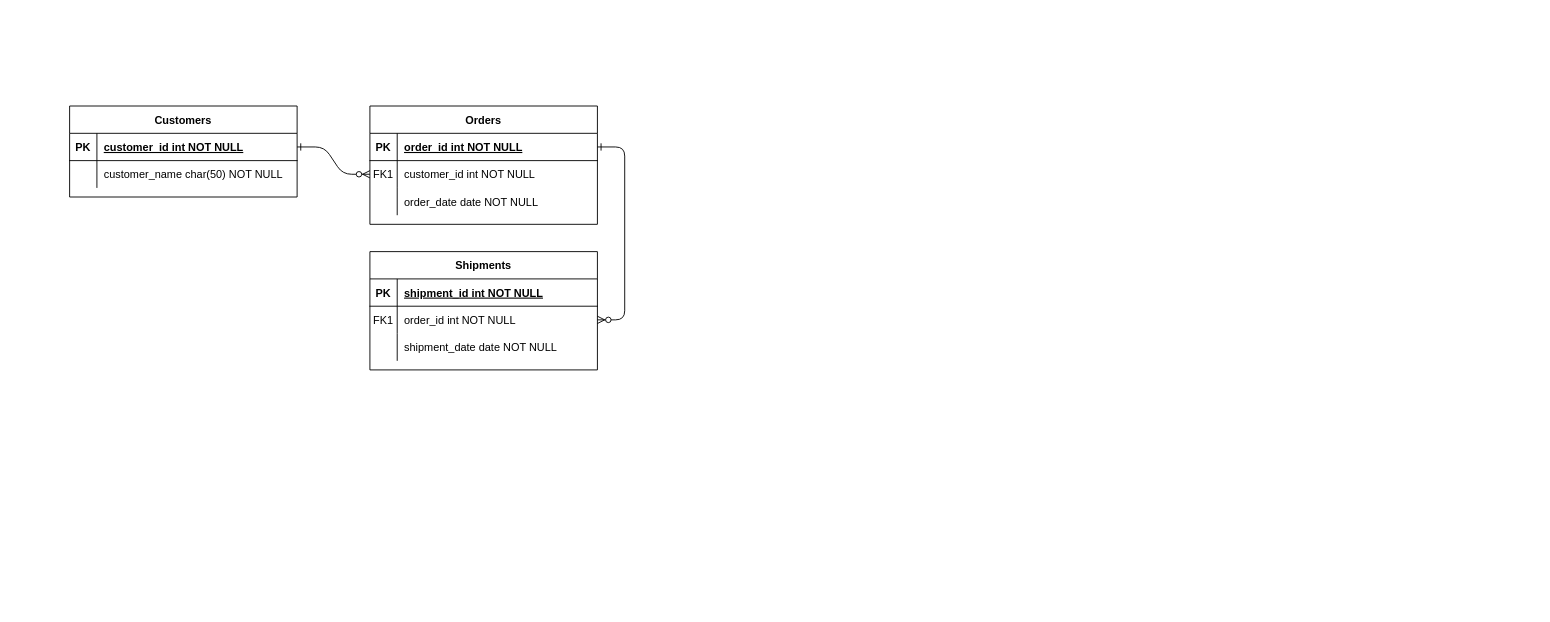
AlejandroPValencia/Clinica-imperial keeps this draw.io diagram as page "Page-1" (1 of 2) of Diagrama sin título.drawio. Above is the earlier version. Source tidied: cells renumbered, new cells numbered last; positions are measured from the earlier drawing's top-left corner, leaving out a move shared by most shapes. Both pictures are drawn from the tidied source at 91%, with x=0, y=0 at pixel (69, 106).
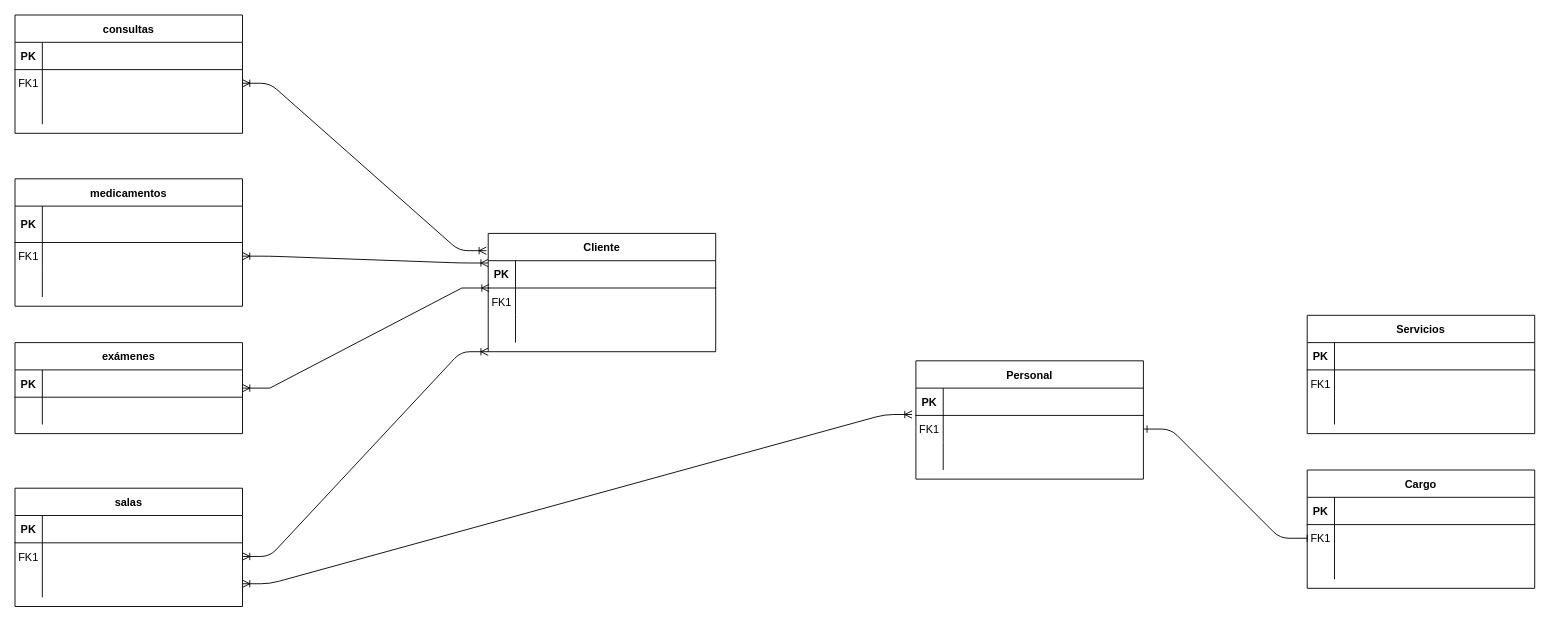
The same diagram, later.

The change refers to these unchanged cells:
```xml
<mxCell id="15" style="shape=partialRectangle;fillColor=none;top=0;left=0;right=0;bottom=1;" parent="14" vertex="1">
  <mxGeometry y="30" width="250" height="30" as="geometry" />
</mxCell>
<mxCell id="18" style="shape=partialRectangle;fillColor=none;points=[[0,0.5],[1,0.5]];portConstraint=eastwest;top=0;left=0;right=0;bottom=0;" parent="14" vertex="1">
  <mxGeometry y="60" width="250" height="30" as="geometry" />
</mxCell>
<mxCell id="21" style="shape=partialRectangle;fillColor=none;top=0;left=0;right=0;bottom=0;" parent="14" vertex="1">
  <mxGeometry y="90" width="250" height="30" as="geometry" />
</mxCell>
<mxCell id="25" style="shape=partialRectangle;fillColor=none;points=[[0,0.5],[1,0.5]];portConstraint=eastwest;top=0;left=0;right=0;bottom=1;" parent="24" vertex="1">
  <mxGeometry y="30" width="250" height="30" as="geometry" />
</mxCell>
<mxCell id="28" style="shape=partialRectangle;fillColor=none;top=0;left=0;right=0;bottom=0;" parent="24" vertex="1">
  <mxGeometry y="60" width="250" height="30" as="geometry" />
</mxCell>
```

Diff of the diagram source:
```diff
@@
-    <mxCell id="2" style="edgeStyle=entityRelationEdgeStyle;endArrow=ERzeroToMany;startArrow=ERone;endFill=1;startFill=0;" parent="1" edge="1" source="25" target="8">
+    <mxCell id="2" style="edgeStyle=entityRelationEdgeStyle;endArrow=ERoneToMany;startArrow=ERoneToMany;endFill=0;startFill=0;exitX=0;exitY=0.25;exitDx=0;exitDy=0;" parent="1" edge="1" source="42" target="8">
       <mxGeometry relative="1" as="geometry" />
     </mxCell>
-    <mxCell id="3" style="edgeStyle=entityRelationEdgeStyle;endArrow=ERzeroToMany;startArrow=ERone;endFill=1;startFill=0;" parent="1" edge="1" source="5" target="18">
+    <mxCell id="3" style="edgeStyle=entityRelationEdgeStyle;endArrow=ERoneToMany;startArrow=ERoneToMany;endFill=0;startFill=0;exitX=-0.008;exitY=0.146;exitDx=0;exitDy=0;exitPerimeter=0;" parent="1" edge="1" source="42" target="18">
       <mxGeometry relative="1" as="geometry" />
     </mxCell>
-    <mxCell id="4" value="Orders" style="shape=table;startSize=30;childLayout=tableLayout;rowLines=0;fontStyle=1;align=center;" parent="1" vertex="1">
-      <mxGeometry x="330" width="250" height="130" as="geometry" />
+    <mxCell id="4" value="medicamentos" style="shape=table;startSize=30;childLayout=tableLayout;rowLines=0;fontStyle=1;align=center;" parent="1" vertex="1">
+      <mxGeometry x="-60" y="80" width="250" height="140" as="geometry" />
     </mxCell>
     <mxCell id="5" style="shape=partialRectangle;fillColor=none;points=[[0,0.5],[1,0.5]];portConstraint=eastwest;top=0;left=0;right=0;bottom=1;" parent="4" vertex="1">
-      <mxGeometry y="30" width="250" height="30" as="geometry" />
+      <mxGeometry y="30" width="250" height="40" as="geometry" />
     </mxCell>
     <mxCell id="6" value="PK" style="shape=partialRectangle;overflow=hidden;fillColor=none;top=0;left=0;bottom=0;right=0;fontStyle=1;" parent="5" vertex="1">
-      <mxGeometry width="30" height="30" as="geometry" />
+      <mxGeometry width="30" height="40" as="geometry" />
     </mxCell>
-    <mxCell id="7" value="order_id int NOT NULL " style="shape=partialRectangle;overflow=hidden;fillColor=none;top=0;left=0;bottom=0;right=0;align=left;spacingLeft=6;fontStyle=5;" parent="5" vertex="1">
-      <mxGeometry x="30" width="220" height="30" as="geometry" />
+    <mxCell id="7" style="shape=partialRectangle;overflow=hidden;fillColor=none;top=0;left=0;bottom=0;right=0;align=left;spacingLeft=6;fontStyle=5;" parent="5" vertex="1">
+      <mxGeometry x="30" width="220" height="40" as="geometry" />
     </mxCell>
     <mxCell id="8" style="shape=partialRectangle;fillColor=none;points=[[0,0.5],[1,0.5]];portConstraint=eastwest;top=0;left=0;right=0;bottom=0;" parent="4" vertex="1">
-      <mxGeometry y="60" width="250" height="30" as="geometry" />
+      <mxGeometry y="70" width="250" height="30" as="geometry" />
     </mxCell>
@@
-    <mxCell id="10" value="customer_id int NOT NULL" style="shape=partialRectangle;overflow=hidden;fillColor=none;top=0;left=0;bottom=0;right=0;align=left;spacingLeft=6;" parent="8" vertex="1">
+    <mxCell id="10" style="shape=partialRectangle;overflow=hidden;fillColor=none;top=0;left=0;bottom=0;right=0;align=left;spacingLeft=6;" parent="8" vertex="1">
       <mxGeometry x="30" width="220" height="30" as="geometry" />
     </mxCell>
     <mxCell id="11" style="shape=partialRectangle;fillColor=none;top=0;left=0;right=0;bottom=0;" parent="4" vertex="1">
-      <mxGeometry y="90" width="250" height="30" as="geometry" />
+      <mxGeometry y="100" width="250" height="30" as="geometry" />
     </mxCell>
@@
-    <mxCell id="13" value="order_date date NOT NULL" style="shape=partialRectangle;overflow=hidden;fillColor=none;top=0;left=0;bottom=0;right=0;align=left;spacingLeft=6;" parent="11" vertex="1">
+    <mxCell id="13" style="shape=partialRectangle;overflow=hidden;fillColor=none;top=0;left=0;bottom=0;right=0;align=left;spacingLeft=6;" parent="11" vertex="1">
       <mxGeometry x="30" width="220" height="30" as="geometry" />
     </mxCell>
-    <mxCell id="14" value="Shipments" style="shape=table;startSize=30;childLayout=tableLayout;rowLines=0;fontStyle=1;align=center;" parent="1" vertex="1">
-      <mxGeometry x="330" y="160" width="250" height="130" as="geometry" />
+    <mxCell id="14" value="consultas" style="shape=table;startSize=30;childLayout=tableLayout;rowLines=0;fontStyle=1;align=center;" parent="1" vertex="1">
+      <mxGeometry x="-60" y="-100" width="250" height="130" as="geometry" />
     </mxCell>
@@
-    <mxCell id="17" value="shipment_id int NOT NULL " style="shape=partialRectangle;overflow=hidden;fillColor=none;top=0;left=0;bottom=0;right=0;align=left;spacingLeft=6;fontStyle=5;" parent="15" vertex="1">
+    <mxCell id="17" style="shape=partialRectangle;overflow=hidden;fillColor=none;top=0;left=0;bottom=0;right=0;align=left;spacingLeft=6;fontStyle=5;" parent="15" vertex="1">
       <mxGeometry x="30" width="220" height="30" as="geometry" />
     </mxCell>
@@
-    <mxCell id="20" value="order_id int NOT NULL" style="shape=partialRectangle;overflow=hidden;fillColor=none;top=0;left=0;bottom=0;right=0;align=left;spacingLeft=6;" parent="18" vertex="1">
+    <mxCell id="20" style="shape=partialRectangle;overflow=hidden;fillColor=none;top=0;left=0;bottom=0;right=0;align=left;spacingLeft=6;" parent="18" vertex="1">
       <mxGeometry x="30" width="220" height="30" as="geometry" />
     </mxCell>
@@
-    <mxCell id="23" value="shipment_date date NOT NULL" style="shape=partialRectangle;overflow=hidden;fillColor=none;top=0;left=0;bottom=0;right=0;align=left;spacingLeft=6;" parent="21" vertex="1">
+    <mxCell id="23" style="shape=partialRectangle;overflow=hidden;fillColor=none;top=0;left=0;bottom=0;right=0;align=left;spacingLeft=6;" parent="21" vertex="1">
       <mxGeometry x="30" width="220" height="30" as="geometry" />
     </mxCell>
+    <mxCell id="31" style="edgeStyle=entityRelationEdgeStyle;rounded=0;jettySize=auto;html=1;startArrow=ERoneToMany;startFill=0;endArrow=ERoneToMany;endFill=0;entryX=0.004;entryY=0;entryDx=0;entryDy=0;entryPerimeter=0;" parent="1" edge="1" source="24" target="46">
+      <mxGeometry relative="1" as="geometry" />
+    </mxCell>
-    <mxCell id="24" value="Customers" style="shape=table;startSize=30;childLayout=tableLayout;rowLines=0;fontStyle=1;align=center;" parent="1" vertex="1">
-      <mxGeometry width="250" height="100" as="geometry" />
+    <mxCell id="24" value="exámenes" style="shape=table;startSize=30;childLayout=tableLayout;rowLines=0;fontStyle=1;align=center;" parent="1" vertex="1">
+      <mxGeometry x="-60" y="260" width="250" height="100" as="geometry" />
     </mxCell>
@@
-    <mxCell id="27" value="customer_id int NOT NULL " style="shape=partialRectangle;overflow=hidden;fillColor=none;top=0;left=0;bottom=0;right=0;align=left;spacingLeft=6;fontStyle=5;" parent="25" vertex="1">
+    <mxCell id="27" style="shape=partialRectangle;overflow=hidden;fillColor=none;top=0;left=0;bottom=0;right=0;align=left;spacingLeft=6;fontStyle=5;" parent="25" vertex="1">
       <mxGeometry x="30" width="220" height="30" as="geometry" />
     </mxCell>
@@
-    <mxCell id="30" value="customer_name char(50) NOT NULL" style="shape=partialRectangle;overflow=hidden;fillColor=none;top=0;left=0;bottom=0;right=0;align=left;spacingLeft=6;" parent="28" vertex="1">
+    <mxCell id="30" style="shape=partialRectangle;overflow=hidden;fillColor=none;top=0;left=0;bottom=0;right=0;align=left;spacingLeft=6;" parent="28" vertex="1">
       <mxGeometry x="30" width="220" height="30" as="geometry" />
     </mxCell>
+    <mxCell id="32" value="salas" style="shape=table;startSize=30;childLayout=tableLayout;rowLines=0;fontStyle=1;align=center;" parent="1" vertex="1">
+      <mxGeometry x="-60" y="420" width="250" height="130" as="geometry" />
+    </mxCell>
+    <mxCell id="33" style="shape=partialRectangle;fillColor=none;top=0;left=0;right=0;bottom=1;" parent="32" vertex="1">
+      <mxGeometry y="30" width="250" height="30" as="geometry" />
+    </mxCell>
+    <mxCell id="34" value="PK" style="shape=partialRectangle;overflow=hidden;fillColor=none;top=0;left=0;bottom=0;right=0;fontStyle=1;" parent="33" vertex="1">
+      <mxGeometry width="30" height="30" as="geometry" />
+    </mxCell>
+    <mxCell id="35" style="shape=partialRectangle;overflow=hidden;fillColor=none;top=0;left=0;bottom=0;right=0;align=left;spacingLeft=6;fontStyle=5;" parent="33" vertex="1">
+      <mxGeometry x="30" width="220" height="30" as="geometry" />
+    </mxCell>
+    <mxCell id="36" style="shape=partialRectangle;fillColor=none;points=[[0,0.5],[1,0.5]];portConstraint=eastwest;top=0;left=0;right=0;bottom=0;" parent="32" vertex="1">
+      <mxGeometry y="60" width="250" height="30" as="geometry" />
+    </mxCell>
+    <mxCell id="37" value="FK1" style="shape=partialRectangle;overflow=hidden;fillColor=none;top=0;left=0;bottom=0;right=0;" parent="36" vertex="1">
+      <mxGeometry width="30" height="30" as="geometry" />
+    </mxCell>
+    <mxCell id="38" style="shape=partialRectangle;overflow=hidden;fillColor=none;top=0;left=0;bottom=0;right=0;align=left;spacingLeft=6;" parent="36" vertex="1">
+      <mxGeometry x="30" width="220" height="30" as="geometry" />
+    </mxCell>
+    <mxCell id="39" style="shape=partialRectangle;fillColor=none;points=[[0,0.5],[1,0.5]];portConstraint=eastwest;top=0;left=0;right=0;bottom=0;" parent="32" vertex="1">
+      <mxGeometry y="90" width="250" height="30" as="geometry" />
+    </mxCell>
+    <mxCell id="40" style="shape=partialRectangle;overflow=hidden;fillColor=none;top=0;left=0;bottom=0;right=0;" parent="39" vertex="1">
+      <mxGeometry width="30" height="30" as="geometry" />
+    </mxCell>
+    <mxCell id="41" style="shape=partialRectangle;overflow=hidden;fillColor=none;top=0;left=0;bottom=0;right=0;align=left;spacingLeft=6;" parent="39" vertex="1">
+      <mxGeometry x="30" width="220" height="30" as="geometry" />
+    </mxCell>
+    <mxCell id="42" value="Cliente" style="shape=table;startSize=30;childLayout=tableLayout;rowLines=0;fontStyle=1;align=center;" parent="1" vertex="1">
+      <mxGeometry x="460" y="140" width="250" height="130" as="geometry" />
+    </mxCell>
+    <mxCell id="43" style="shape=partialRectangle;fillColor=none;top=0;left=0;right=0;bottom=1;" parent="42" vertex="1">
+      <mxGeometry y="30" width="250" height="30" as="geometry" />
+    </mxCell>
+    <mxCell id="44" value="PK" style="shape=partialRectangle;overflow=hidden;fillColor=none;top=0;left=0;bottom=0;right=0;fontStyle=1;" parent="43" vertex="1">
+      <mxGeometry width="30" height="30" as="geometry" />
+    </mxCell>
+    <mxCell id="45" style="shape=partialRectangle;overflow=hidden;fillColor=none;top=0;left=0;bottom=0;right=0;align=left;spacingLeft=6;fontStyle=5;" parent="43" vertex="1">
+      <mxGeometry x="30" width="220" height="30" as="geometry" />
+    </mxCell>
+    <mxCell id="46" style="shape=partialRectangle;fillColor=none;points=[[0,0.5],[1,0.5]];portConstraint=eastwest;top=0;left=0;right=0;bottom=0;" parent="42" vertex="1">
+      <mxGeometry y="60" width="250" height="30" as="geometry" />
+    </mxCell>
+    <mxCell id="47" value="FK1" style="shape=partialRectangle;overflow=hidden;fillColor=none;top=0;left=0;bottom=0;right=0;" parent="46" vertex="1">
+      <mxGeometry width="30" height="30" as="geometry" />
+    </mxCell>
+    <mxCell id="48" style="shape=partialRectangle;overflow=hidden;fillColor=none;top=0;left=0;bottom=0;right=0;align=left;spacingLeft=6;" parent="46" vertex="1">
+      <mxGeometry x="30" width="220" height="30" as="geometry" />
+    </mxCell>
+    <mxCell id="49" style="shape=partialRectangle;fillColor=none;top=0;left=0;right=0;bottom=0;" parent="42" vertex="1">
+      <mxGeometry y="90" width="250" height="30" as="geometry" />
+    </mxCell>
+    <mxCell id="50" style="shape=partialRectangle;overflow=hidden;fillColor=none;top=0;left=0;bottom=0;right=0;" parent="49" vertex="1">
+      <mxGeometry width="30" height="30" as="geometry" />
+    </mxCell>
+    <mxCell id="51" style="shape=partialRectangle;overflow=hidden;fillColor=none;top=0;left=0;bottom=0;right=0;align=left;spacingLeft=6;" parent="49" vertex="1">
+      <mxGeometry x="30" width="220" height="30" as="geometry" />
+    </mxCell>
+    <mxCell id="52" style="edgeStyle=entityRelationEdgeStyle;endArrow=ERoneToMany;startArrow=ERoneToMany;endFill=0;startFill=0;entryX=1;entryY=0.5;entryDx=0;entryDy=0;exitX=0;exitY=1;exitDx=0;exitDy=0;" parent="1" edge="1" source="42" target="36">
+      <mxGeometry relative="1" as="geometry" />
+    </mxCell>
+    <mxCell id="53" value="Servicios" style="shape=table;startSize=30;childLayout=tableLayout;rowLines=0;fontStyle=1;align=center;" parent="1" vertex="1">
+      <mxGeometry x="1360" y="230" width="250" height="130" as="geometry" />
+    </mxCell>
+    <mxCell id="54" style="shape=partialRectangle;fillColor=none;top=0;left=0;right=0;bottom=1;" parent="53" vertex="1">
+      <mxGeometry y="30" width="250" height="30" as="geometry" />
+    </mxCell>
+    <mxCell id="55" value="PK" style="shape=partialRectangle;overflow=hidden;fillColor=none;top=0;left=0;bottom=0;right=0;fontStyle=1;" parent="54" vertex="1">
+      <mxGeometry width="30" height="30" as="geometry" />
+    </mxCell>
+    <mxCell id="56" style="shape=partialRectangle;overflow=hidden;fillColor=none;top=0;left=0;bottom=0;right=0;align=left;spacingLeft=6;fontStyle=5;" parent="54" vertex="1">
+      <mxGeometry x="30" width="220" height="30" as="geometry" />
+    </mxCell>
+    <mxCell id="57" style="shape=partialRectangle;fillColor=none;top=0;left=0;right=0;bottom=0;" parent="53" vertex="1">
+      <mxGeometry y="60" width="250" height="30" as="geometry" />
+    </mxCell>
+    <mxCell id="58" value="FK1" style="shape=partialRectangle;overflow=hidden;fillColor=none;top=0;left=0;bottom=0;right=0;" parent="57" vertex="1">
+      <mxGeometry width="30" height="30" as="geometry" />
+    </mxCell>
+    <mxCell id="59" style="shape=partialRectangle;overflow=hidden;fillColor=none;top=0;left=0;bottom=0;right=0;align=left;spacingLeft=6;" parent="57" vertex="1">
+      <mxGeometry x="30" width="220" height="30" as="geometry" />
+    </mxCell>
+    <mxCell id="60" style="shape=partialRectangle;fillColor=none;top=0;left=0;right=0;bottom=0;" parent="53" vertex="1">
+      <mxGeometry y="90" width="250" height="30" as="geometry" />
+    </mxCell>
+    <mxCell id="61" style="shape=partialRectangle;overflow=hidden;fillColor=none;top=0;left=0;bottom=0;right=0;" parent="60" vertex="1">
+      <mxGeometry width="30" height="30" as="geometry" />
+    </mxCell>
+    <mxCell id="62" style="shape=partialRectangle;overflow=hidden;fillColor=none;top=0;left=0;bottom=0;right=0;align=left;spacingLeft=6;" parent="60" vertex="1">
+      <mxGeometry x="30" width="220" height="30" as="geometry" />
+    </mxCell>
+    <mxCell id="63" value="Personal" style="shape=table;startSize=30;childLayout=tableLayout;rowLines=0;fontStyle=1;align=center;" parent="1" vertex="1">
+      <mxGeometry x="930" y="280" width="250" height="130" as="geometry" />
+    </mxCell>
+    <mxCell id="64" style="shape=partialRectangle;fillColor=none;top=0;left=0;right=0;bottom=1;" parent="63" vertex="1">
+      <mxGeometry y="30" width="250" height="30" as="geometry" />
+    </mxCell>
+    <mxCell id="65" value="PK" style="shape=partialRectangle;overflow=hidden;fillColor=none;top=0;left=0;bottom=0;right=0;fontStyle=1;" parent="64" vertex="1">
+      <mxGeometry width="30" height="30" as="geometry" />
+    </mxCell>
+    <mxCell id="66" style="shape=partialRectangle;overflow=hidden;fillColor=none;top=0;left=0;bottom=0;right=0;align=left;spacingLeft=6;fontStyle=5;" parent="64" vertex="1">
+      <mxGeometry x="30" width="220" height="30" as="geometry" />
+    </mxCell>
+    <mxCell id="67" style="shape=partialRectangle;fillColor=none;points=[[0,0.5],[1,0.5]];portConstraint=eastwest;top=0;left=0;right=0;bottom=0;" parent="63" vertex="1">
+      <mxGeometry y="60" width="250" height="30" as="geometry" />
+    </mxCell>
+    <mxCell id="68" value="FK1" style="shape=partialRectangle;overflow=hidden;fillColor=none;top=0;left=0;bottom=0;right=0;" parent="67" vertex="1">
+      <mxGeometry width="30" height="30" as="geometry" />
+    </mxCell>
+    <mxCell id="69" style="shape=partialRectangle;overflow=hidden;fillColor=none;top=0;left=0;bottom=0;right=0;align=left;spacingLeft=6;" parent="67" vertex="1">
+      <mxGeometry x="30" width="220" height="30" as="geometry" />
+    </mxCell>
+    <mxCell id="70" style="shape=partialRectangle;fillColor=none;top=0;left=0;right=0;bottom=0;" parent="63" vertex="1">
+      <mxGeometry y="90" width="250" height="30" as="geometry" />
+    </mxCell>
+    <mxCell id="71" style="shape=partialRectangle;overflow=hidden;fillColor=none;top=0;left=0;bottom=0;right=0;" parent="70" vertex="1">
+      <mxGeometry width="30" height="30" as="geometry" />
+    </mxCell>
+    <mxCell id="72" style="shape=partialRectangle;overflow=hidden;fillColor=none;top=0;left=0;bottom=0;right=0;align=left;spacingLeft=6;" parent="70" vertex="1">
+      <mxGeometry x="30" width="220" height="30" as="geometry" />
+    </mxCell>
+    <mxCell id="73" style="edgeStyle=entityRelationEdgeStyle;endArrow=ERoneToMany;startArrow=ERoneToMany;endFill=0;startFill=0;entryX=1;entryY=0.5;entryDx=0;entryDy=0;exitX=-0.017;exitY=-0.033;exitDx=0;exitDy=0;exitPerimeter=0;" parent="1" edge="1" source="67" target="39">
+      <mxGeometry relative="1" as="geometry" />
+    </mxCell>
+    <mxCell id="74" value="Cargo" style="shape=table;startSize=30;childLayout=tableLayout;rowLines=0;fontStyle=1;align=center;" parent="1" vertex="1">
+      <mxGeometry x="1360" y="400" width="250" height="130" as="geometry" />
+    </mxCell>
+    <mxCell id="75" style="shape=partialRectangle;fillColor=none;top=0;left=0;right=0;bottom=1;" parent="74" vertex="1">
+      <mxGeometry y="30" width="250" height="30" as="geometry" />
+    </mxCell>
+    <mxCell id="76" value="PK" style="shape=partialRectangle;overflow=hidden;fillColor=none;top=0;left=0;bottom=0;right=0;fontStyle=1;" parent="75" vertex="1">
+      <mxGeometry width="30" height="30" as="geometry" />
+    </mxCell>
+    <mxCell id="77" style="shape=partialRectangle;overflow=hidden;fillColor=none;top=0;left=0;bottom=0;right=0;align=left;spacingLeft=6;fontStyle=5;" parent="75" vertex="1">
+      <mxGeometry x="30" width="220" height="30" as="geometry" />
+    </mxCell>
+    <mxCell id="78" style="shape=partialRectangle;fillColor=none;points=[[0,0.5],[1,0.5]];portConstraint=eastwest;top=0;left=0;right=0;bottom=0;" parent="74" vertex="1">
+      <mxGeometry y="60" width="250" height="30" as="geometry" />
+    </mxCell>
+    <mxCell id="79" value="FK1" style="shape=partialRectangle;overflow=hidden;fillColor=none;top=0;left=0;bottom=0;right=0;" parent="78" vertex="1">
+      <mxGeometry width="30" height="30" as="geometry" />
+    </mxCell>
+    <mxCell id="80" style="shape=partialRectangle;overflow=hidden;fillColor=none;top=0;left=0;bottom=0;right=0;align=left;spacingLeft=6;" parent="78" vertex="1">
+      <mxGeometry x="30" width="220" height="30" as="geometry" />
+    </mxCell>
+    <mxCell id="81" style="shape=partialRectangle;fillColor=none;top=0;left=0;right=0;bottom=0;" parent="74" vertex="1">
+      <mxGeometry y="90" width="250" height="30" as="geometry" />
+    </mxCell>
+    <mxCell id="82" style="shape=partialRectangle;overflow=hidden;fillColor=none;top=0;left=0;bottom=0;right=0;" parent="81" vertex="1">
+      <mxGeometry width="30" height="30" as="geometry" />
+    </mxCell>
+    <mxCell id="83" style="shape=partialRectangle;overflow=hidden;fillColor=none;top=0;left=0;bottom=0;right=0;align=left;spacingLeft=6;" parent="81" vertex="1">
+      <mxGeometry x="30" width="220" height="30" as="geometry" />
+    </mxCell>
+    <mxCell id="84" style="edgeStyle=entityRelationEdgeStyle;endArrow=baseDash;startArrow=ERone;endFill=0;startFill=0;exitX=1;exitY=0.5;exitDx=0;exitDy=0;" parent="1" edge="1" source="67" target="78">
+      <mxGeometry relative="1" as="geometry" />
+    </mxCell>
```
